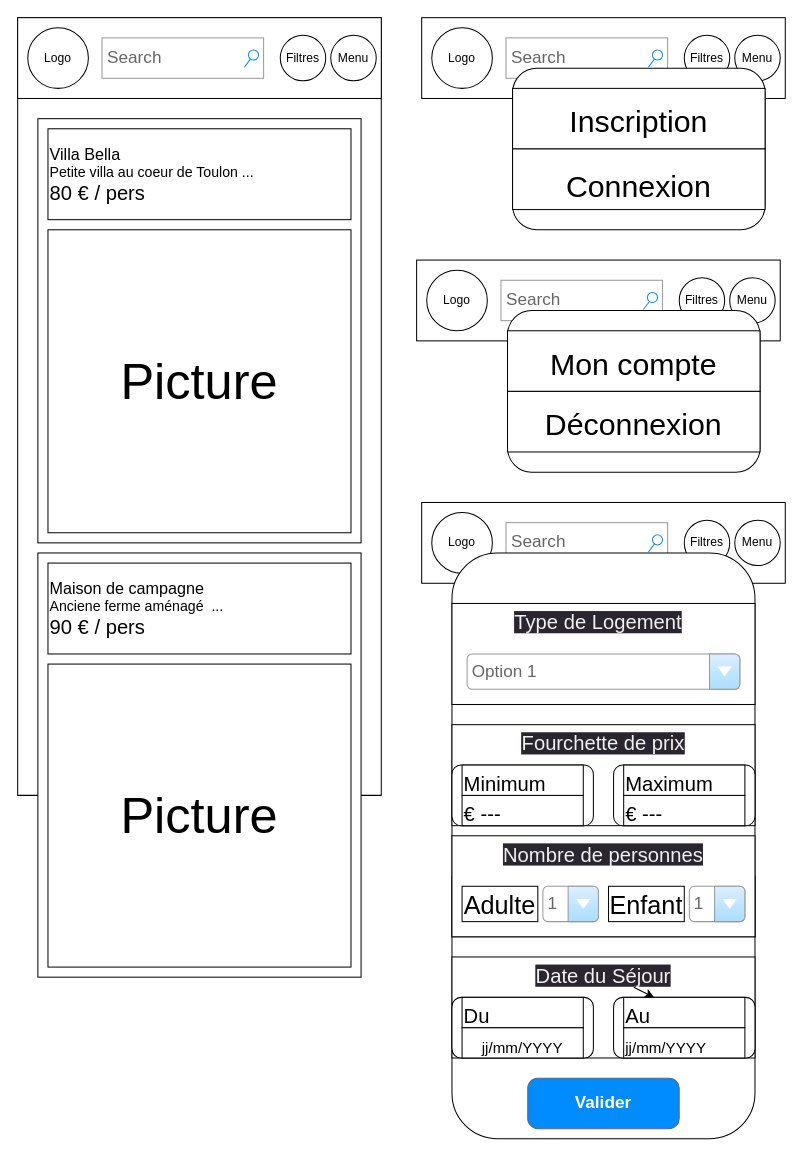
The draw.io diagram .docs/Wireframes/hompage_360.drawio in Dens26/toulon_sweet_home_api, before the edit. Source tidied: cells renumbered, new cells numbered last; positions are measured from the earlier drawing's top-left corner, leaving out a move shared by most shapes. Both pictures are drawn from the tidied source at 101%, with x=0, y=0 at pixel (17, 17).
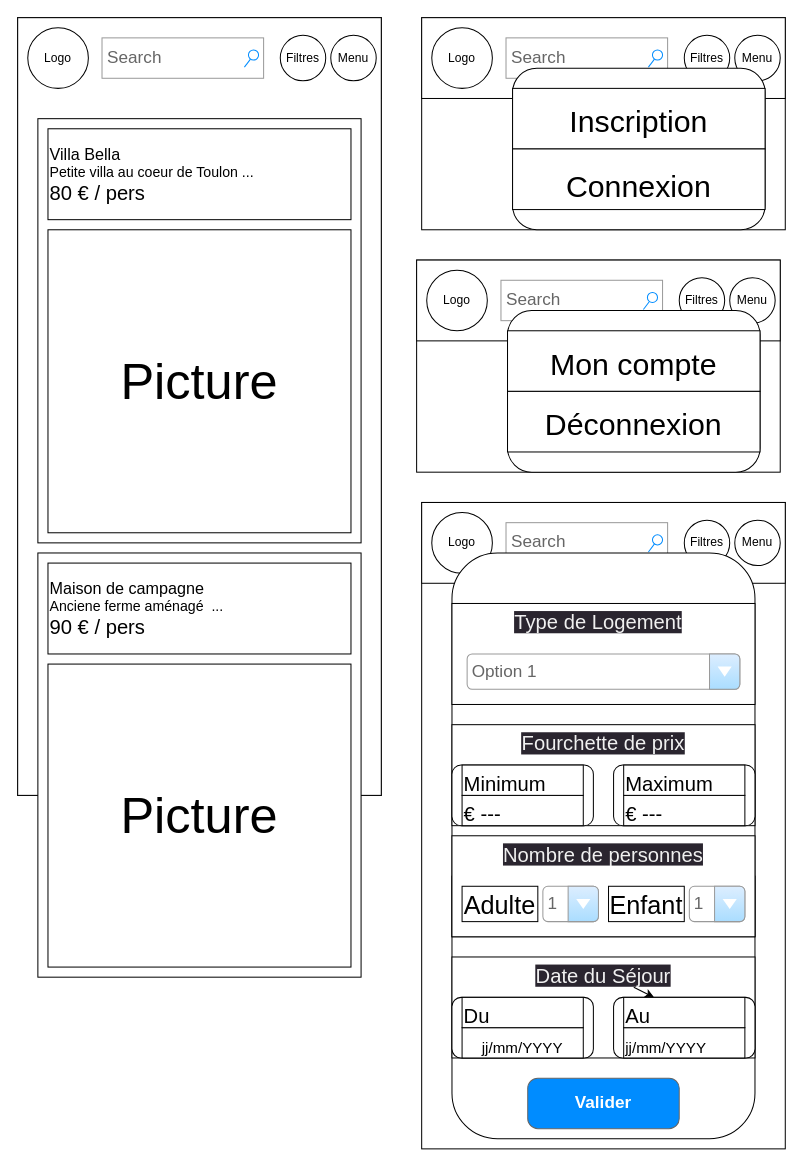
The same page after the edit.

The change refers to these unchanged cells:
```xml
<mxCell id="2" style="swimlane;startSize=0;" parent="1" vertex="1">
  <mxGeometry width="360" height="770" as="geometry" />
</mxCell>
```

What changed in the source:
```diff
@@
+    <mxCell id="64" style="rounded=0;whiteSpace=wrap;html=1;" parent="1" vertex="1">
+      <mxGeometry x="400" y="480" width="360" height="640" as="geometry" />
+    </mxCell>
+    <mxCell id="65" style="rounded=0;whiteSpace=wrap;html=1;" parent="1" vertex="1">
+      <mxGeometry x="395" y="240" width="360" height="210" as="geometry" />
+    </mxCell>
+    <mxCell id="66" style="rounded=0;whiteSpace=wrap;html=1;" parent="1" vertex="1">
+      <mxGeometry x="400" width="360" height="210" as="geometry" />
+    </mxCell>
@@
+    <mxCell id="67" style="rounded=0;whiteSpace=wrap;html=1;" parent="2" vertex="1">
+      <mxGeometry width="360" height="80" as="geometry" />
+    </mxCell>
+    <mxCell id="5" style="rounded=0;whiteSpace=wrap;html=1;" parent="2" vertex="1">
+      <mxGeometry width="360" height="770" as="geometry" />
+    </mxCell>
@@
-    <mxCell id="5" style="rounded=0;whiteSpace=wrap;html=1;" parent="2" vertex="1">
-      <mxGeometry width="360" height="80" as="geometry" />
-    </mxCell>
```
